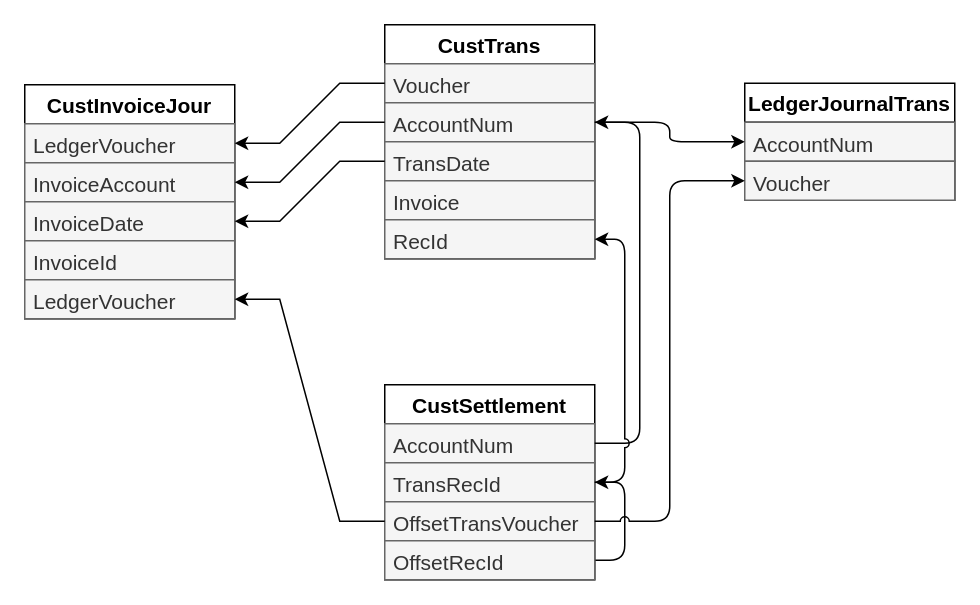
Above: CustsettlementLinks.drawio in CatAnd0/book.ars (draw.io), before the change. Source tidied: cells renumbered, new cells numbered last; positions are measured from the earlier drawing's top-left corner, leaving out a move shared by most shapes. Both pictures are drawn from the tidied source at 150%, with x=0, y=0 at pixel (24, 24).
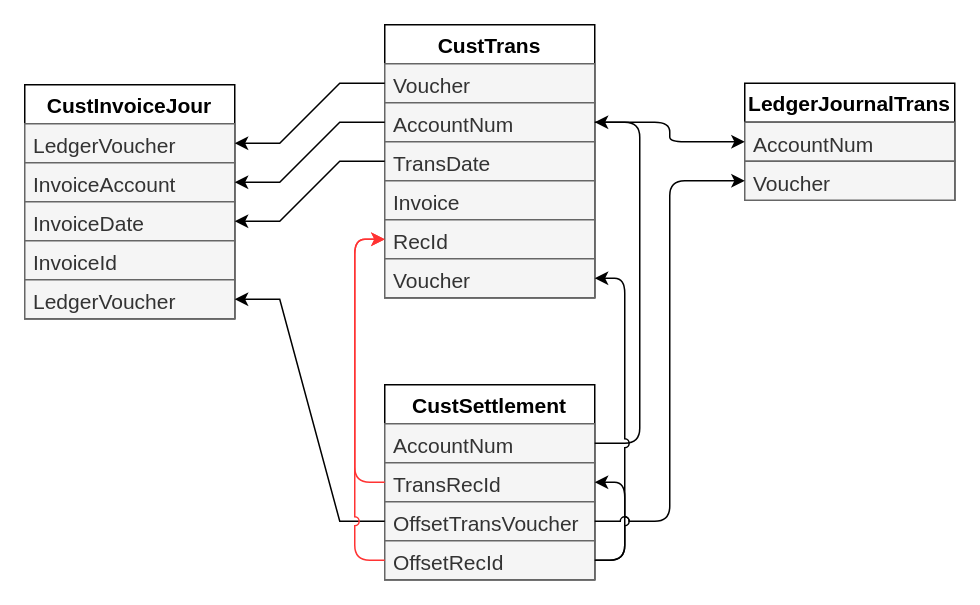
Above is the later version.

Unchanged cells that the change refers to:
```xml
<mxCell id="13" value="RecId" style="text;strokeColor=#666666;fillColor=#f5f5f5;align=left;verticalAlign=top;spacingLeft=4;spacingRight=4;overflow=hidden;points=[[0,0.5],[1,0.5]];portConstraint=eastwest;fontSize=14;fontColor=#333333;" parent="8" vertex="1">
  <mxGeometry y="130" width="140" height="26" as="geometry" />
</mxCell>
<mxCell id="22" value="TransRecId" style="text;align=left;verticalAlign=top;spacingLeft=4;spacingRight=4;overflow=hidden;points=[[0,0.5],[1,0.5]];portConstraint=eastwest;fontSize=14;fillColor=#f5f5f5;fontColor=#333333;strokeColor=#666666;" parent="20" vertex="1">
  <mxGeometry y="52" width="140" height="26" as="geometry" />
</mxCell>
<mxCell id="25" value="OffsetRecId" style="text;align=left;verticalAlign=top;spacingLeft=4;spacingRight=4;overflow=hidden;points=[[0,0.5],[1,0.5]];portConstraint=eastwest;fontSize=14;fillColor=#f5f5f5;fontColor=#333333;strokeColor=#666666;" parent="20" vertex="1">
  <mxGeometry y="104" width="140" height="26" as="geometry" />
</mxCell>
```

The edit, as a diff of the source:
```diff
@@
     <mxCell id="8" value="CustTrans" style="swimlane;fontStyle=1;horizontal=1;startSize=26;fillColor=none;fontSize=14;" parent="1" vertex="1">
-      <mxGeometry x="240" width="140" height="156" as="geometry" />
+      <mxGeometry x="240" width="140" height="182" as="geometry" />
     </mxCell>
@@
+    <mxCell id="31" value="Voucher" style="text;strokeColor=#666666;fillColor=#f5f5f5;align=left;verticalAlign=top;spacingLeft=4;spacingRight=4;overflow=hidden;points=[[0,0.5],[1,0.5]];portConstraint=eastwest;fontSize=14;fontColor=#333333;" parent="8" vertex="1">
+      <mxGeometry y="156" width="140" height="26" as="geometry" />
+    </mxCell>
@@
-    <mxCell id="28" style="edgeStyle=orthogonalEdgeStyle;rounded=1;jumpStyle=arc;jettySize=auto;html=1;exitX=1;exitY=0.5;exitDx=0;exitDy=0;fontSize=14;strokeColor=default;" parent="1" edge="1" source="22" target="13">
-      <mxGeometry relative="1" as="geometry" />
-    </mxCell>
@@
+    <mxCell id="28" style="edgeStyle=orthogonalEdgeStyle;rounded=1;sketch=0;jumpStyle=arc;jettySize=auto;html=1;exitX=0;exitY=0.5;exitDx=0;exitDy=0;entryX=0;entryY=0.5;entryDx=0;entryDy=0;shadow=0;labelBorderColor=none;fontSize=14;strokeColor=#FF3333;" parent="1" edge="1" source="22" target="13">
+      <mxGeometry relative="1" as="geometry" />
+    </mxCell>
+    <mxCell id="32" style="edgeStyle=orthogonalEdgeStyle;rounded=1;sketch=0;jumpStyle=arc;jettySize=auto;html=1;exitX=0;exitY=0.5;exitDx=0;exitDy=0;entryX=0;entryY=0.5;entryDx=0;entryDy=0;shadow=0;labelBorderColor=none;fontSize=14;strokeColor=#FF3333;" parent="1" edge="1" source="25" target="13">
+      <mxGeometry relative="1" as="geometry" />
+    </mxCell>
+    <mxCell id="33" style="edgeStyle=orthogonalEdgeStyle;rounded=1;sketch=0;jumpStyle=arc;jettySize=auto;html=1;exitX=1;exitY=0.5;exitDx=0;exitDy=0;entryX=1;entryY=0.5;entryDx=0;entryDy=0;shadow=0;labelBorderColor=none;fontSize=14;strokeColor=#000000;" parent="1" edge="1" source="25" target="31">
+      <mxGeometry relative="1" as="geometry" />
+    </mxCell>
```
